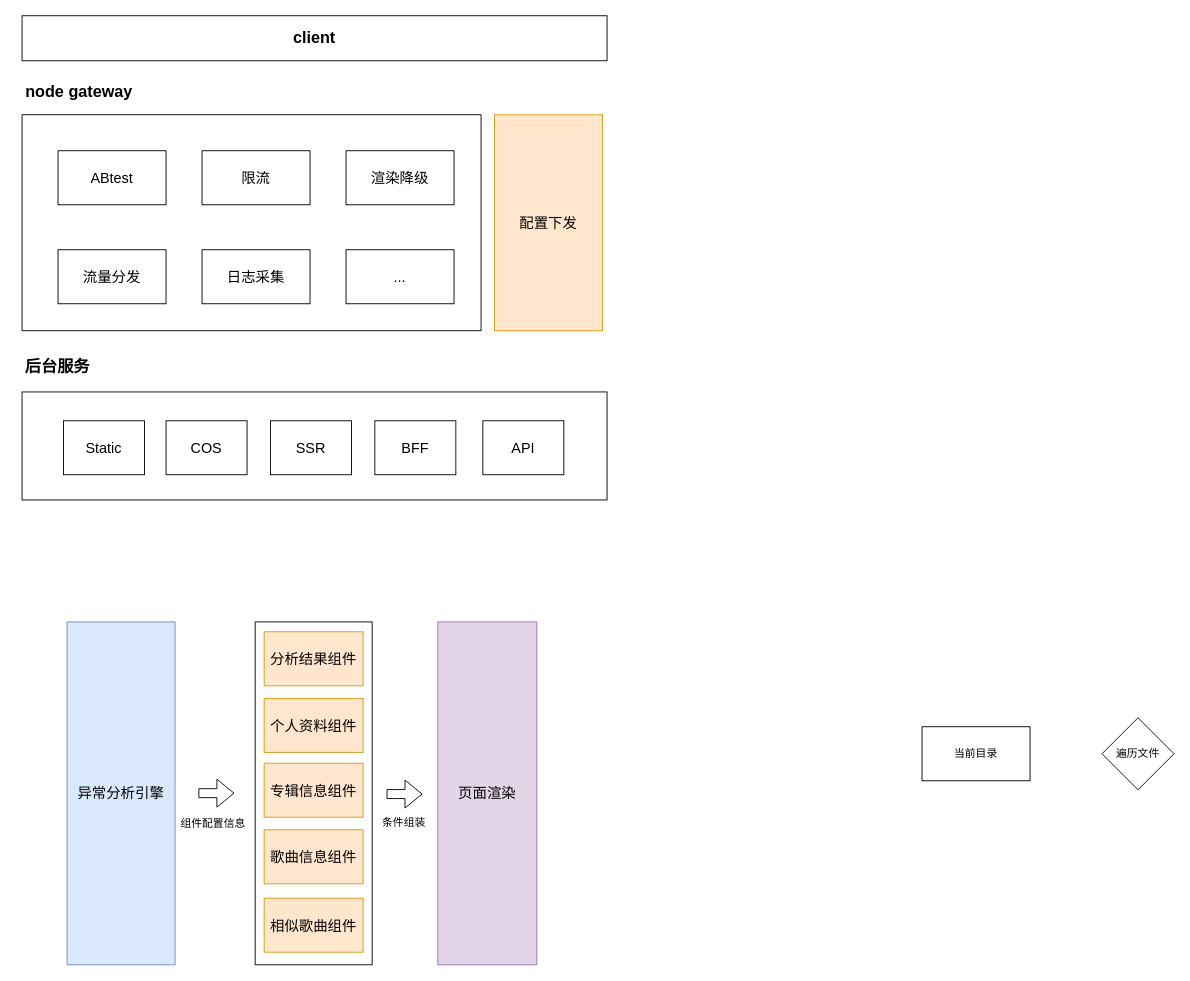
maoliang2271/bigpipe-demo keeps this draw.io diagram as page "MNG" (14 of 14) of static/ppt.drawio. Above is the earlier version. Source tidied: cells renumbered, new cells numbered last; positions are measured from the earlier drawing's top-left corner, leaving out a move shared by most shapes. Both pictures are drawn from the tidied source at 90%, with x=0, y=0 at pixel (15, 15).
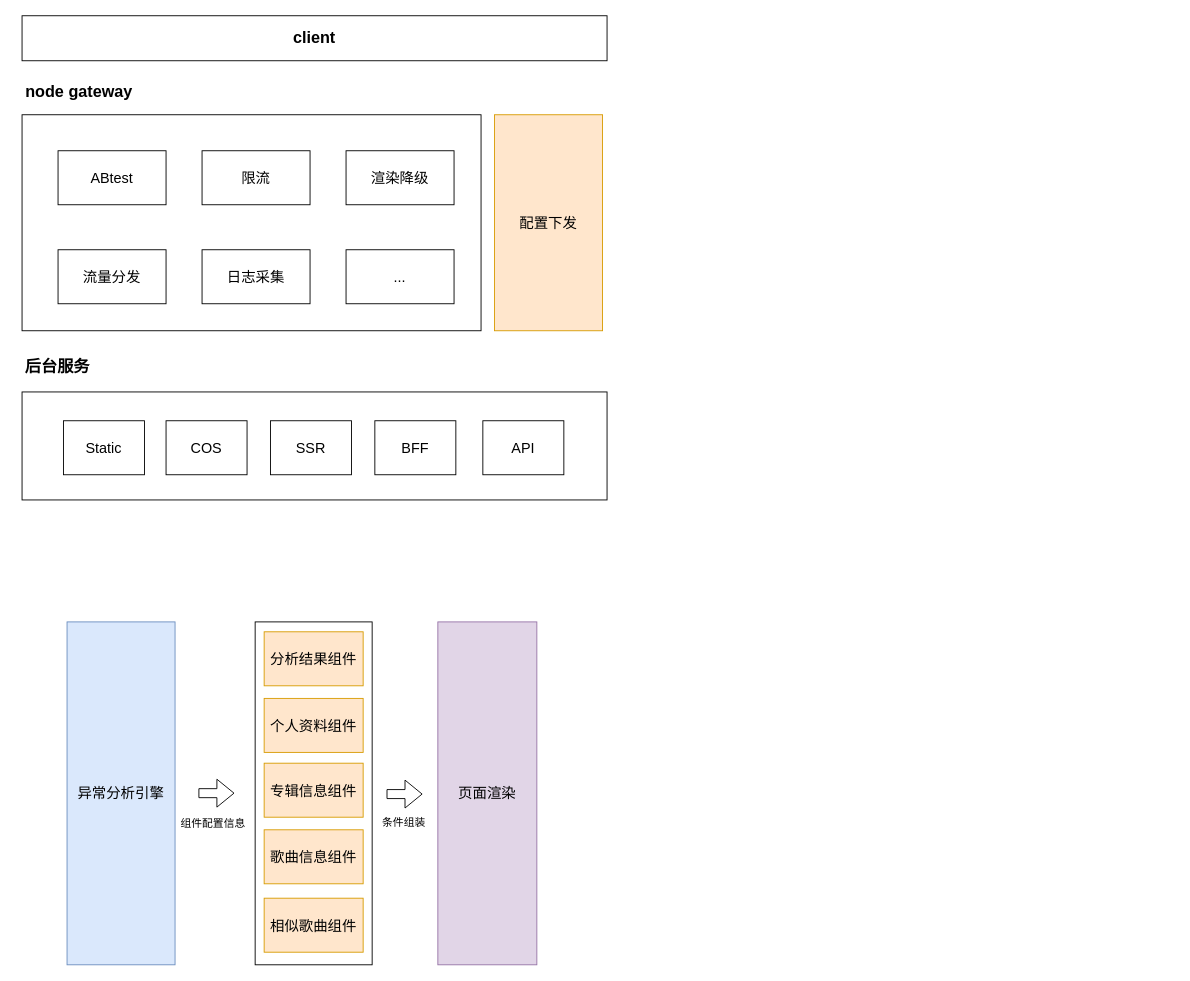
Above is the later version.

What changed in the source:
```diff
@@
-    <mxCell id="31" value="当前目录" style="rounded=0;whiteSpace=wrap;html=1;" parent="1" vertex="1">
-      <mxGeometry x="1007" y="790" width="120" height="60" as="geometry" />
-    </mxCell>
-    <mxCell id="32" value="遍历文件" style="rhombus;whiteSpace=wrap;html=1;" parent="1" vertex="1">
-      <mxGeometry x="1207" y="780" width="80" height="80" as="geometry" />
-    </mxCell>
```
